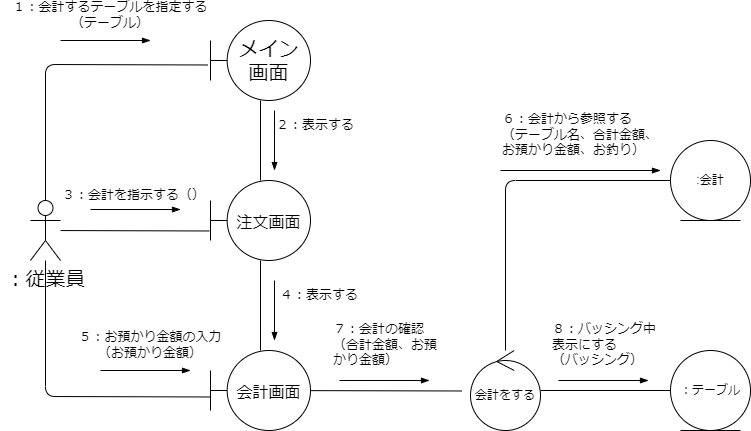
Before: psp4/コミュニケーション図/コミュニケーション図_会計.drawio.png, a diagram exported from draw.io (MasakiHiguchi/---). Source tidied: cells renumbered, new cells last; positions are measured from the earlier drawing's top-left corner, leaving out a move shared by most shapes.
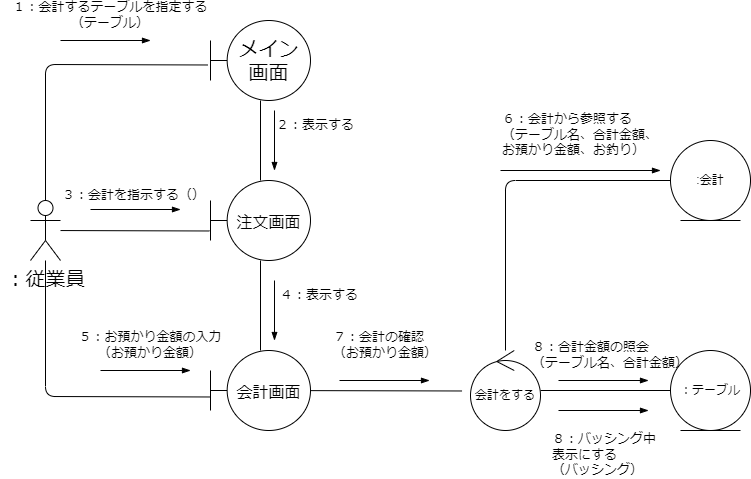
The same file after the commit.

The edit, as a diff of the source:
```diff
@@ -101,7 +101,7 @@
     <mxCell id="25" value="：テーブル" style="ellipse;shape=umlEntity;whiteSpace=wrap;html=1;" parent="1" vertex="1">
       <mxGeometry x="670" y="350" width="80" height="80" as="geometry" />
     </mxCell>
-    <mxCell id="26" value="７：会計の確認（合計金額、お預かり金額）" style="text;html=1;strokeColor=none;fillColor=none;align=left;verticalAlign=middle;whiteSpace=wrap;rounded=0;hachureGap=4;fontFamily=Architects Daughter;fontSource=https%3A%2F%2Ffonts.googleapis.com%2Fcss%3Ffamily%3DArchitects%2BDaughter;fontSize=13;" parent="1" vertex="1">
+    <mxCell id="26" value="７：会計の確認（お預かり金額）" style="text;html=1;strokeColor=none;fillColor=none;align=left;verticalAlign=middle;whiteSpace=wrap;rounded=0;hachureGap=4;fontFamily=Architects Daughter;fontSource=https%3A%2F%2Ffonts.googleapis.com%2Fcss%3Ffamily%3DArchitects%2BDaughter;fontSize=13;" parent="1" vertex="1">
       <mxGeometry x="331" y="330" width="106" height="30" as="geometry" />
     </mxCell>
     <mxCell id="27" style="endArrow=blockThin;html=1;endFill=1;" parent="1" edge="1">
@@ -110,8 +110,8 @@
         <mxPoint x="429" y="380" as="targetPoint" />
       </mxGeometry>
     </mxCell>
-    <mxCell id="28" value="８：バッシング中表示にする&lt;br&gt;（バッシング）" style="text;html=1;strokeColor=none;fillColor=none;align=left;verticalAlign=middle;whiteSpace=wrap;rounded=0;hachureGap=4;fontFamily=Architects Daughter;fontSource=https%3A%2F%2Ffonts.googleapis.com%2Fcss%3Ffamily%3DArchitects%2BDaughter;fontSize=13;" parent="1" vertex="1">
-      <mxGeometry x="550" y="330" width="106" height="30" as="geometry" />
+    <mxCell id="28" value="８：合計金額の照会&lt;br&gt;（テーブル名、合計金額）" style="text;html=1;strokeColor=none;fillColor=none;align=left;verticalAlign=middle;whiteSpace=wrap;rounded=0;hachureGap=4;fontFamily=Architects Daughter;fontSource=https%3A%2F%2Ffonts.googleapis.com%2Fcss%3Ffamily%3DArchitects%2BDaughter;fontSize=13;" parent="1" vertex="1">
+      <mxGeometry x="530" y="340" width="160" height="30" as="geometry" />
     </mxCell>
     <mxCell id="29" style="endArrow=blockThin;html=1;endFill=1;" parent="1" edge="1">
       <mxGeometry relative="1" as="geometry">
@@ -131,5 +131,14 @@
     <mxCell id="32" value="６：会計から参照する&lt;br&gt;（テーブル名、合計金額、お預かり金額、お釣り）" style="text;html=1;strokeColor=none;fillColor=none;align=left;verticalAlign=middle;whiteSpace=wrap;rounded=0;hachureGap=4;fontFamily=Architects Daughter;fontSource=https%3A%2F%2Ffonts.googleapis.com%2Fcss%3Ffamily%3DArchitects%2BDaughter;fontSize=13;" parent="1" vertex="1">
       <mxGeometry x="500" y="120" width="170" height="30" as="geometry" />
     </mxCell>
+    <mxCell id="33" value="８：バッシング中表示にする&lt;br&gt;（バッシング）" style="text;html=1;strokeColor=none;fillColor=none;align=left;verticalAlign=middle;whiteSpace=wrap;rounded=0;hachureGap=4;fontFamily=Architects Daughter;fontSource=https%3A%2F%2Ffonts.googleapis.com%2Fcss%3Ffamily%3DArchitects%2BDaughter;fontSize=13;" parent="1" vertex="1">
+      <mxGeometry x="550" y="440" width="106" height="30" as="geometry" />
+    </mxCell>
+    <mxCell id="34" style="endArrow=blockThin;html=1;endFill=1;" parent="1" edge="1">
+      <mxGeometry relative="1" as="geometry">
+        <mxPoint x="558" y="410" as="sourcePoint" />
+        <mxPoint x="648" y="410" as="targetPoint" />
+      </mxGeometry>
+    </mxCell>
   </root>
 </mxGraphModel>
```
